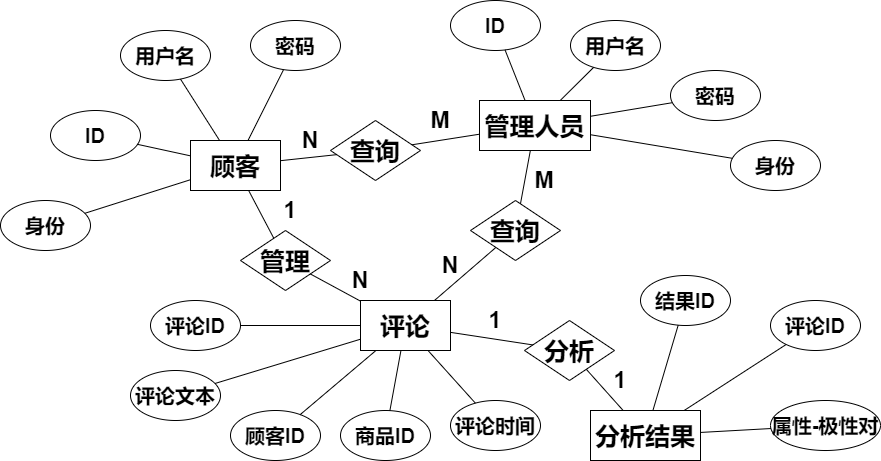
Before: img/ER图.png, a diagram exported from draw.io (HJHGJGHHG/Sentiment-Analysis-System). Source tidied: cells renumbered, new cells last; positions are measured from the earlier drawing's top-left corner, leaving out a move shared by most shapes.
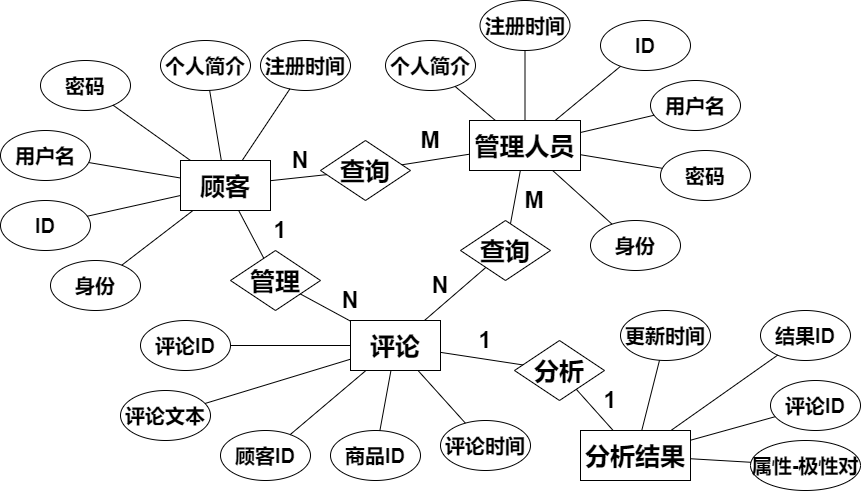
The same diagram one commit later.

The edit, as a diff of the source:
```diff
@@ -9,28 +9,28 @@
       <mxGeometry x="479" y="100" width="111" height="50" as="geometry" />
     </mxCell>
     <mxCell id="4" value="&lt;font style=&quot;font-size: 20px&quot;&gt;&lt;b&gt;ID&lt;/b&gt;&lt;/font&gt;" style="ellipse;whiteSpace=wrap;html=1;" parent="1" vertex="1">
-      <mxGeometry x="50" y="110" width="90" height="50" as="geometry" />
+      <mxGeometry x="10" y="180" width="90" height="50" as="geometry" />
     </mxCell>
     <mxCell id="5" value="&lt;font style=&quot;font-size: 20px&quot;&gt;&lt;b&gt;身份&lt;/b&gt;&lt;/font&gt;" style="ellipse;whiteSpace=wrap;html=1;" parent="1" vertex="1">
-      <mxGeometry y="200" width="90" height="50" as="geometry" />
+      <mxGeometry x="60" y="240" width="90" height="50" as="geometry" />
     </mxCell>
     <mxCell id="6" value="&lt;span style=&quot;font-size: 20px&quot;&gt;&lt;b&gt;用户名&lt;/b&gt;&lt;/span&gt;" style="ellipse;whiteSpace=wrap;html=1;" parent="1" vertex="1">
-      <mxGeometry x="120" y="30" width="90" height="50" as="geometry" />
+      <mxGeometry x="10" y="110" width="90" height="50" as="geometry" />
     </mxCell>
     <mxCell id="7" value="&lt;span style=&quot;font-size: 20px&quot;&gt;&lt;b&gt;密码&lt;/b&gt;&lt;/span&gt;" style="ellipse;whiteSpace=wrap;html=1;" parent="1" vertex="1">
-      <mxGeometry x="250" y="20" width="90" height="50" as="geometry" />
+      <mxGeometry x="50" y="40" width="90" height="50" as="geometry" />
     </mxCell>
     <mxCell id="8" value="&lt;font style=&quot;font-size: 20px&quot;&gt;&lt;b&gt;ID&lt;/b&gt;&lt;/font&gt;" style="ellipse;whiteSpace=wrap;html=1;" parent="1" vertex="1">
-      <mxGeometry x="450" width="90" height="50" as="geometry" />
+      <mxGeometry x="610" width="90" height="50" as="geometry" />
     </mxCell>
     <mxCell id="9" value="&lt;font style=&quot;font-size: 20px&quot;&gt;&lt;b&gt;身份&lt;/b&gt;&lt;/font&gt;" style="ellipse;whiteSpace=wrap;html=1;" parent="1" vertex="1">
-      <mxGeometry x="730" y="140" width="90" height="50" as="geometry" />
+      <mxGeometry x="600" y="200" width="90" height="50" as="geometry" />
     </mxCell>
     <mxCell id="10" value="&lt;span style=&quot;font-size: 20px&quot;&gt;&lt;b&gt;用户名&lt;/b&gt;&lt;/span&gt;" style="ellipse;whiteSpace=wrap;html=1;" parent="1" vertex="1">
-      <mxGeometry x="570" y="20" width="90" height="50" as="geometry" />
+      <mxGeometry x="660" y="60" width="90" height="50" as="geometry" />
     </mxCell>
     <mxCell id="11" value="&lt;span style=&quot;font-size: 20px&quot;&gt;&lt;b&gt;密码&lt;/b&gt;&lt;/span&gt;" style="ellipse;whiteSpace=wrap;html=1;" parent="1" vertex="1">
-      <mxGeometry x="670" y="70" width="90" height="50" as="geometry" />
+      <mxGeometry x="670" y="130" width="90" height="50" as="geometry" />
     </mxCell>
     <mxCell id="12" style="endArrow=none;html=1;" parent="1" edge="1" source="4" target="2">
       <mxGeometry relative="1" as="geometry" />
@@ -129,13 +129,13 @@
       <mxGeometry relative="1" as="geometry" />
     </mxCell>
     <mxCell id="44" value="&lt;font style=&quot;font-size: 20px&quot;&gt;&lt;b&gt;结果ID&lt;/b&gt;&lt;/font&gt;" style="ellipse;whiteSpace=wrap;html=1;" parent="1" vertex="1">
-      <mxGeometry x="640" y="275" width="90" height="50" as="geometry" />
+      <mxGeometry x="770" y="290" width="90" height="50" as="geometry" />
     </mxCell>
     <mxCell id="45" value="&lt;font style=&quot;font-size: 20px&quot;&gt;&lt;b&gt;评论ID&lt;/b&gt;&lt;/font&gt;" style="ellipse;whiteSpace=wrap;html=1;" parent="1" vertex="1">
-      <mxGeometry x="770" y="300" width="90" height="50" as="geometry" />
+      <mxGeometry x="780" y="360" width="90" height="50" as="geometry" />
     </mxCell>
     <mxCell id="46" value="&lt;font style=&quot;font-size: 20px&quot;&gt;&lt;b&gt;属性-极性对&lt;/b&gt;&lt;/font&gt;" style="ellipse;whiteSpace=wrap;html=1;" parent="1" vertex="1">
-      <mxGeometry x="770" y="400" width="110" height="50" as="geometry" />
+      <mxGeometry x="760" y="420" width="110" height="50" as="geometry" />
     </mxCell>
     <mxCell id="47" style="endArrow=none;html=1;" parent="1" edge="1" source="32" target="44">
       <mxGeometry relative="1" as="geometry" />
@@ -170,5 +170,35 @@
     <mxCell id="57" value="&lt;b&gt;&lt;font style=&quot;font-size: 23px&quot;&gt;1&lt;/font&gt;&lt;/b&gt;" style="text;html=1;strokeColor=none;fillColor=none;align=center;verticalAlign=middle;whiteSpace=wrap;rounded=0;" parent="1" vertex="1">
       <mxGeometry x="600" y="370" width="40" height="20" as="geometry" />
     </mxCell>
+    <mxCell id="58" value="&lt;span style=&quot;font-size: 20px&quot;&gt;&lt;b&gt;个人简介&lt;/b&gt;&lt;/span&gt;" style="ellipse;whiteSpace=wrap;html=1;" parent="1" vertex="1">
+      <mxGeometry x="170" y="20" width="90" height="50" as="geometry" />
+    </mxCell>
+    <mxCell id="59" style="endArrow=none;html=1;" parent="1" edge="1" source="2" target="58">
+      <mxGeometry relative="1" as="geometry" />
+    </mxCell>
+    <mxCell id="60" value="&lt;span style=&quot;font-size: 20px&quot;&gt;&lt;b&gt;注册时间&lt;/b&gt;&lt;/span&gt;" style="ellipse;whiteSpace=wrap;html=1;" parent="1" vertex="1">
+      <mxGeometry x="270" y="20" width="90" height="50" as="geometry" />
+    </mxCell>
+    <mxCell id="61" style="endArrow=none;html=1;" parent="1" edge="1" source="2" target="60">
+      <mxGeometry relative="1" as="geometry" />
+    </mxCell>
+    <mxCell id="62" value="&lt;span style=&quot;font-size: 20px&quot;&gt;&lt;b&gt;个人简介&lt;/b&gt;&lt;/span&gt;" style="ellipse;whiteSpace=wrap;html=1;" parent="1" vertex="1">
+      <mxGeometry x="395" y="20" width="90" height="50" as="geometry" />
+    </mxCell>
+    <mxCell id="63" value="&lt;span style=&quot;font-size: 20px&quot;&gt;&lt;b&gt;注册时间&lt;/b&gt;&lt;/span&gt;" style="ellipse;whiteSpace=wrap;html=1;" parent="1" vertex="1">
+      <mxGeometry x="489.5" y="-20" width="90" height="50" as="geometry" />
+    </mxCell>
+    <mxCell id="64" style="endArrow=none;html=1;" parent="1" edge="1" source="3" target="62">
+      <mxGeometry relative="1" as="geometry" />
+    </mxCell>
+    <mxCell id="65" style="endArrow=none;html=1;" parent="1" edge="1" source="3" target="63">
+      <mxGeometry relative="1" as="geometry" />
+    </mxCell>
+    <mxCell id="66" value="&lt;font style=&quot;font-size: 20px&quot;&gt;&lt;b&gt;更新时间&lt;/b&gt;&lt;/font&gt;" style="ellipse;whiteSpace=wrap;html=1;" parent="1" vertex="1">
+      <mxGeometry x="630" y="290" width="90" height="50" as="geometry" />
+    </mxCell>
+    <mxCell id="67" style="endArrow=none;html=1;" parent="1" edge="1" source="66" target="32">
+      <mxGeometry relative="1" as="geometry" />
+    </mxCell>
   </root>
 </mxGraphModel>
```
